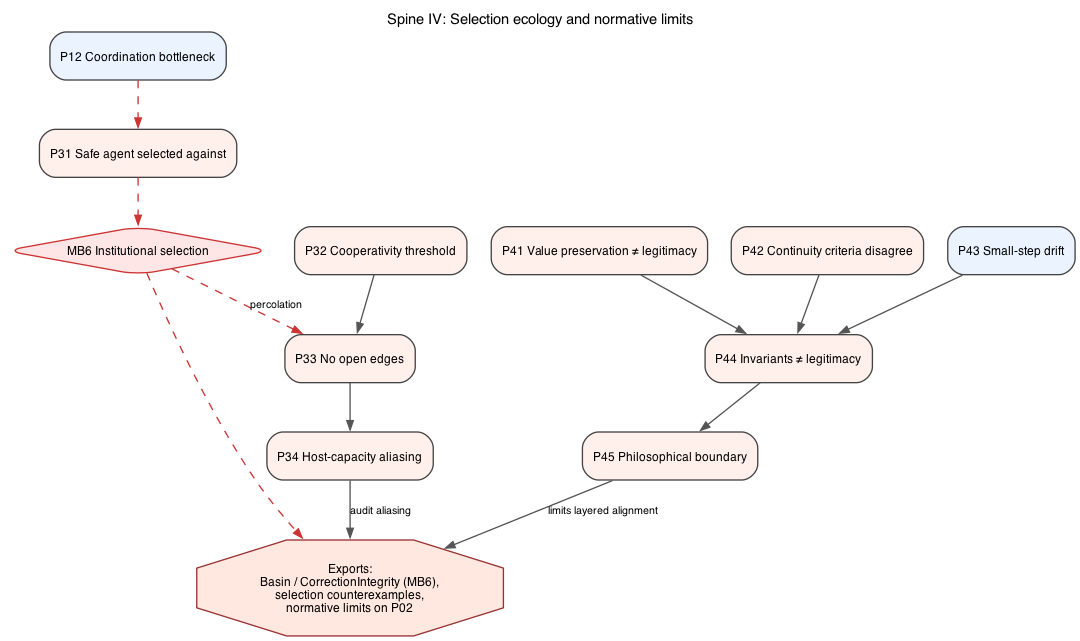
GunnarZarncke/towards-asi-alignment keeps this Graphviz diagram as figures/lean_proof/04-selection-limits.png. Above is the earlier version. Its source is kept beside it as context/lean_proof_graphs/04-selection-limits.dot. Source of this version:
```dot
digraph Spine04SelectionLimits {
  graph [
    rankdir=TB,
    bgcolor="white",
    splines=true,
    overlap=false,
    fontsize=11,
    fontname="Helvetica",
    label="Spine IV: Selection ecology and normative limits",
    labelloc="t"
  ];
  node [shape=box, style="rounded,filled", fontname="Helvetica", fontsize=9, color="#444444"];
  edge [fontname="Helvetica", fontsize=8, color="#555555", arrowsize=0.7];

  P12 [label="P12 Coordination bottleneck", fillcolor="#EAF3FF"];
  P31 [label="P31 Safe agent selected against", fillcolor="#FFF0EC"];
  P32 [label="P32 Cooperativity threshold", fillcolor="#FFF0EC"];
  P33 [label="P33 No open edges", fillcolor="#FFF0EC"];
  P34 [label="P34 Host-capacity aliasing", fillcolor="#FFF0EC"];
  P41 [label="P41 Value preservation ≠ legitimacy", fillcolor="#FFF0EC"];
  P42 [label="P42 Continuity criteria disagree", fillcolor="#FFF0EC"];
  P43 [label="P43 Small-step drift", fillcolor="#EAF3FF"];
  P44 [label="P44 Invariants ≠ legitimacy", fillcolor="#FFF0EC"];
  P45 [label="P45 Philosophical boundary", fillcolor="#FFF0EC"];

  MB6 [shape=diamond, fillcolor="#FFE6E6", color="#CC3333", label="MB6 Institutional selection"];

  OUT [shape=octagon, style="filled", fillcolor="#FFE8E0", color="#993333",
       label="Exports:\nBasin / CorrectionIntegrity (MB6),\nselection counterexamples,\nnormative limits on P02"];

  P12 -> P31 -> MB6 [style=dashed, color="#CC3333"];
  P32 -> P33 -> P34;
  MB6 -> P33 [style=dashed, color="#CC3333", label="percolation"];
  P41 -> P44;
  P42 -> P44;
  P43 -> P44 -> P45;

  MB6 -> OUT [style=dashed, color="#CC3333"];
  P45 -> OUT [label="limits layered alignment"];
  P34 -> OUT [label="audit aliasing"];
}
```
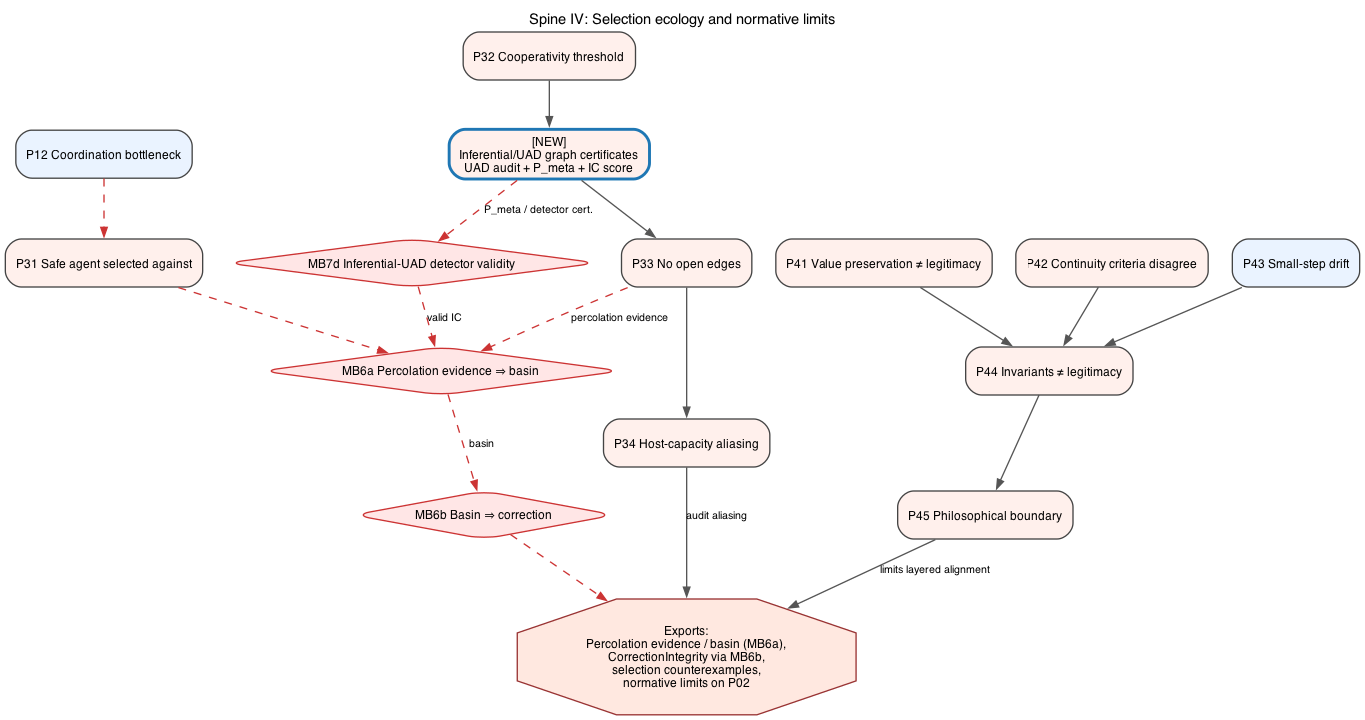
After the change.

What changed in the source:
```diff
@@ -15,6 +15,7 @@
   P12 [label="P12 Coordination bottleneck", fillcolor="#EAF3FF"];
   P31 [label="P31 Safe agent selected against", fillcolor="#FFF0EC"];
   P32 [label="P32 Cooperativity threshold", fillcolor="#FFF0EC"];
+  PAC [label="[NEW]\nInferential/UAD graph certificates\nUAD audit + P_meta + IC score", fillcolor="#FFF0EC", color="#1F77B4", penwidth=2.2];
   P33 [label="P33 No open edges", fillcolor="#FFF0EC"];
   P34 [label="P34 Host-capacity aliasing", fillcolor="#FFF0EC"];
   P41 [label="P41 Value preservation ≠ legitimacy", fillcolor="#FFF0EC"];
@@ -23,19 +24,24 @@
   P44 [label="P44 Invariants ≠ legitimacy", fillcolor="#FFF0EC"];
   P45 [label="P45 Philosophical boundary", fillcolor="#FFF0EC"];
 
-  MB6 [shape=diamond, fillcolor="#FFE6E6", color="#CC3333", label="MB6 Institutional selection"];
+  MB6a [shape=diamond, fillcolor="#FFE6E6", color="#CC3333", label="MB6a Percolation evidence ⇒ basin"];
+  MB6b [shape=diamond, fillcolor="#FFE6E6", color="#CC3333", label="MB6b Basin ⇒ correction"];
+  MB7d [shape=diamond, fillcolor="#FFE6E6", color="#CC3333", label="MB7d Inferential-UAD detector validity"];
 
   OUT [shape=octagon, style="filled", fillcolor="#FFE8E0", color="#993333",
-       label="Exports:\nBasin / CorrectionIntegrity (MB6),\nselection counterexamples,\nnormative limits on P02"];
+       label="Exports:\nPercolation evidence / basin (MB6a),\nCorrectionIntegrity via MB6b,\nselection counterexamples,\nnormative limits on P02"];
 
-  P12 -> P31 -> MB6 [style=dashed, color="#CC3333"];
-  P32 -> P33 -> P34;
-  MB6 -> P33 [style=dashed, color="#CC3333", label="percolation"];
+  P12 -> P31 -> MB6a [style=dashed, color="#CC3333"];
+  P32 -> PAC -> P33 -> P34;
+  PAC -> MB7d [style=dashed, color="#CC3333", label="P_meta / detector cert."];
+  MB7d -> MB6a [style=dashed, color="#CC3333", label="valid IC"];
+  P33 -> MB6a [style=dashed, color="#CC3333", label="percolation evidence"];
+  MB6a -> MB6b [style=dashed, color="#CC3333", label="basin"];
   P41 -> P44;
   P42 -> P44;
   P43 -> P44 -> P45;
 
-  MB6 -> OUT [style=dashed, color="#CC3333"];
+  MB6b -> OUT [style=dashed, color="#CC3333"];
   P45 -> OUT [label="limits layered alignment"];
   P34 -> OUT [label="audit aliasing"];
 }
```
